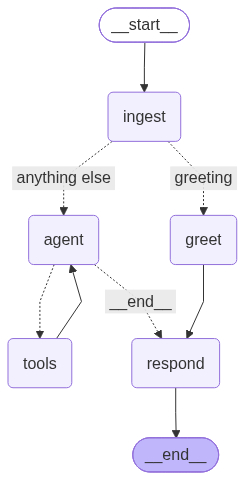
sakethss98/oura-coach keeps this Mermaid diagram as docs/graph.png. Above is the earlier version. Its source is kept beside it as docs/graph.mmd.
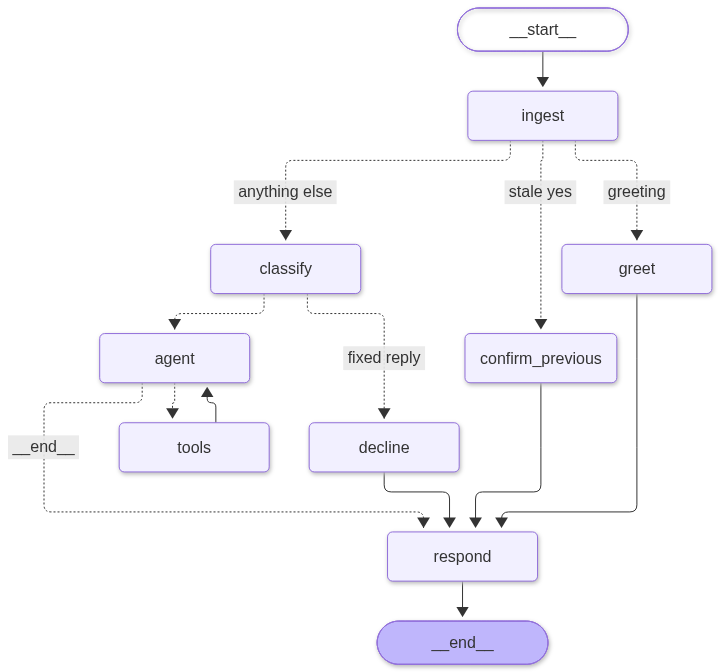
After the change.

What changed in the source:
```diff
@@ -7,6 +7,9 @@
 	__start__([<p>__start__</p>]):::first
 	ingest(ingest)
 	greet(greet)
+	confirm_previous(confirm_previous)
+	classify(classify)
+	decline(decline)
 	agent(agent)
 	tools(tools)
 	respond(respond)
@@ -14,8 +17,13 @@
 	__start__ --> ingest;
 	agent -. &nbsp;__end__&nbsp; .-> respond;
 	agent -.-> tools;
+	classify -.-> agent;
+	classify -. &nbsp;fixed reply&nbsp; .-> decline;
+	confirm_previous --> respond;
+	decline --> respond;
 	greet --> respond;
-	ingest -. &nbsp;anything else&nbsp; .-> agent;
+	ingest -. &nbsp;anything else&nbsp; .-> classify;
+	ingest -. &nbsp;stale yes&nbsp; .-> confirm_previous;
 	ingest -. &nbsp;greeting&nbsp; .-> greet;
 	tools --> agent;
 	respond --> __end__;
```
